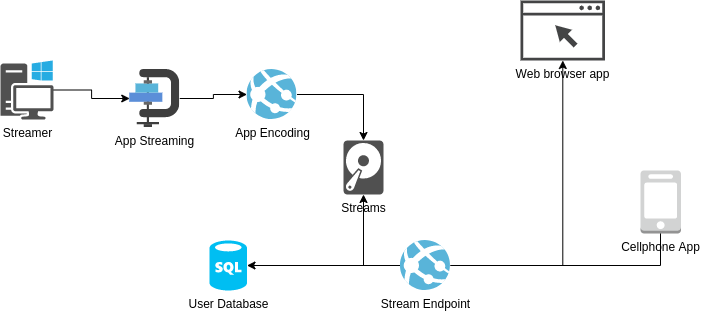
Deecellar/Stream2U keeps this draw.io diagram as docAssets/Arq-Streaming.png. Above is the earlier version. Source tidied: cells renumbered, new cells last; positions are measured from the earlier drawing's top-left corner, leaving out a move shared by most shapes.
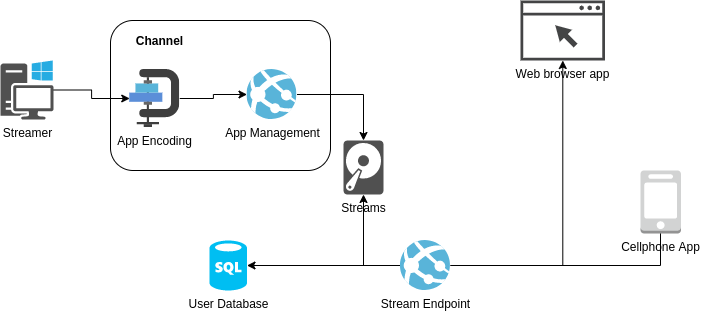
After the change.

Commit message:
Fixed error on graph

Change to the diagram source:
```diff
@@ -2,6 +2,9 @@
   <root>
     <mxCell id="0" />
     <mxCell id="1" parent="0" />
+    <mxCell id="17" style="rounded=1;whiteSpace=wrap;html=1;" parent="1" vertex="1">
+      <mxGeometry x="110" y="20" width="220" height="150" as="geometry" />
+    </mxCell>
     <mxCell id="2" style="edgeStyle=orthogonalEdgeStyle;rounded=0;jettySize=auto;html=1;" parent="1" edge="1" source="3" target="15">
       <mxGeometry relative="1" as="geometry" />
     </mxCell>
@@ -14,7 +17,7 @@
     <mxCell id="5" style="edgeStyle=orthogonalEdgeStyle;rounded=0;jettySize=auto;html=1;" parent="1" edge="1" source="6" target="13">
       <mxGeometry relative="1" as="geometry" />
     </mxCell>
-    <mxCell id="6" value="App Encoding" style="html=1;points=[];align=center;image;fontSize=12;image=img/lib/mscae/App_Services.svg;" parent="1" vertex="1">
+    <mxCell id="6" value="App Management" style="html=1;points=[];align=center;image;fontSize=12;image=img/lib/mscae/App_Services.svg;" parent="1" vertex="1">
       <mxGeometry x="246.5" y="69" width="50" height="50" as="geometry" />
     </mxCell>
     <mxCell id="7" style="edgeStyle=orthogonalEdgeStyle;rounded=0;jettySize=auto;html=1;entryX=1;entryY=0.5;entryDx=0;entryDy=0;entryPerimeter=0;" parent="1" edge="1" source="11" target="12">
@@ -46,11 +49,14 @@
     <mxCell id="14" style="edgeStyle=orthogonalEdgeStyle;rounded=0;jettySize=auto;html=1;" parent="1" edge="1" source="15" target="6">
       <mxGeometry relative="1" as="geometry" />
     </mxCell>
-    <mxCell id="15" value="App Streaming" style="html=1;points=[];align=center;image;fontSize=12;image=img/lib/mscae/Media_Encoding.svg;" parent="1" vertex="1">
+    <mxCell id="15" value="App Encoding" style="html=1;points=[];align=center;image;fontSize=12;image=img/lib/mscae/Media_Encoding.svg;" parent="1" vertex="1">
       <mxGeometry x="129.2" y="69" width="50" height="58" as="geometry" />
     </mxCell>
     <mxCell id="16" value="Cellphone App" style="outlineConnect=0;dashed=0;verticalLabelPosition=bottom;verticalAlign=top;align=center;html=1;shape=mxgraph.aws3.mobile_client;fillColor=#D2D3D3;gradientColor=none;" parent="1" vertex="1">
       <mxGeometry x="640" y="170" width="40.5" height="63" as="geometry" />
     </mxCell>
+    <mxCell id="18" value="Channel" style="text;html=1;align=center;verticalAlign=middle;fontStyle=1;horizontal=1;" parent="1" vertex="1">
+      <mxGeometry x="129.2" y="30" width="60" height="20" as="geometry" />
+    </mxCell>
   </root>
 </mxGraphModel>
```
